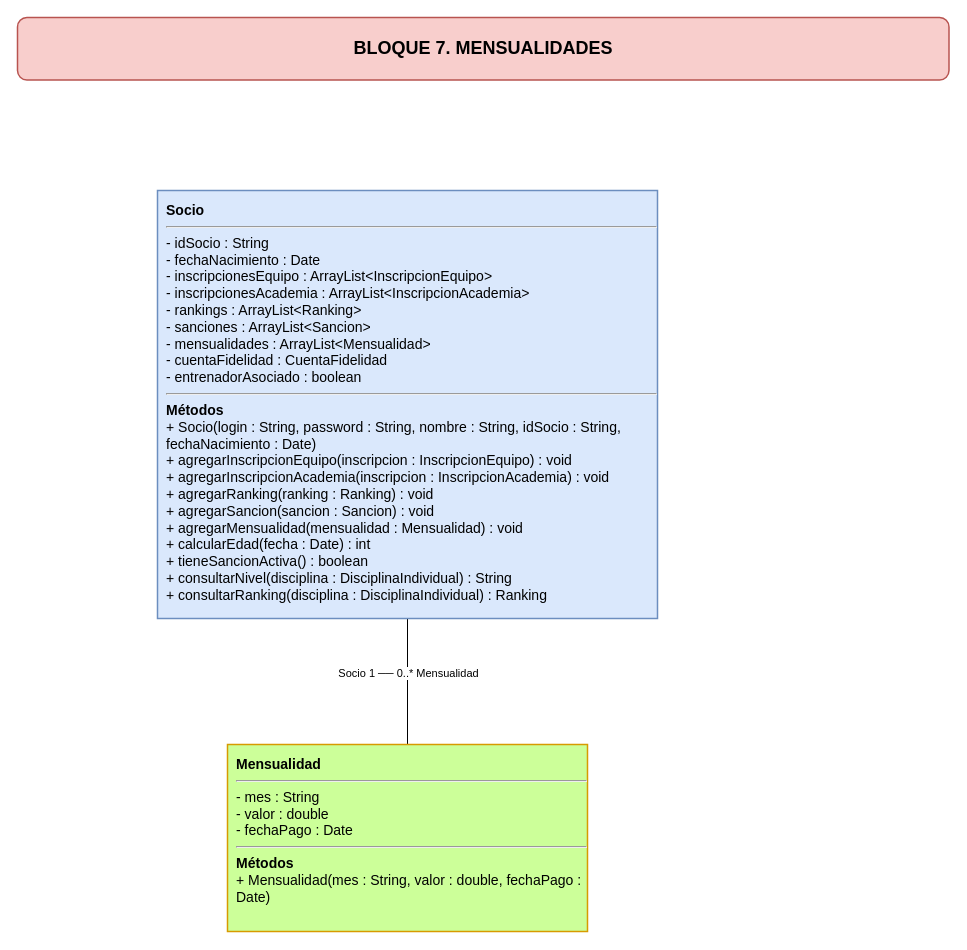
Earlier version of the draw.io diagram page "07 Mensualidades" (8 of 11) of Proyecto 2/ClubDeportivoSeneca/Diagramas y Analisis/Completo/Diagrama_Proyecto2_CORREGIDO.drawio (Estebanhdz67/Proyecto-1). Source tidied: cells renumbered, new cells numbered last; positions are measured from the earlier drawing's top-left corner, leaving out a move shared by most shapes. Both pictures are drawn from the tidied source at 100%, with x=0, y=0 at pixel (17, 17).
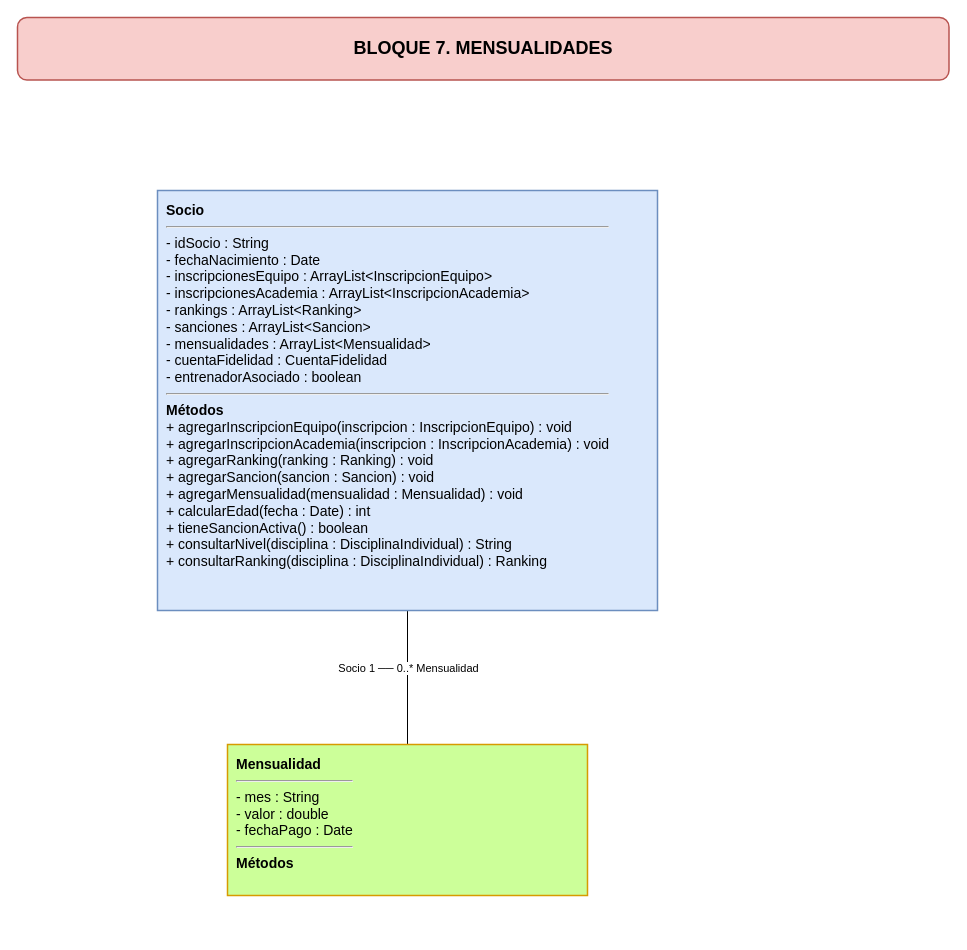
The same page after the edit.

The edit, as a diff of the source:
```diff
@@
 <mxGraphModel>
   <root>
     <mxCell id="0" />
     <mxCell id="1" parent="0" />
     <mxCell id="2" style="edgeStyle=none;rounded=0;jettySize=auto;html=1;exitX=0.5;exitY=1;exitDx=0;exitDy=0;endArrow=none;endFill=0;" parent="1" edge="1" source="4" target="5">
       <mxGeometry relative="1" as="geometry" />
     </mxCell>
     <mxCell id="3" value="Socio 1 ── 0..* Mensualidad" style="edgeLabel;html=1;align=center;verticalAlign=middle;" parent="2" vertex="1">
       <mxGeometry x="-0.15" relative="1" as="geometry" />
     </mxCell>
-    <mxCell id="4" value="&lt;b&gt;Socio&lt;/b&gt;&lt;hr&gt;- idSocio : String&lt;br&gt;- fechaNacimiento : Date&lt;br&gt;- inscripcionesEquipo : ArrayList&amp;lt;InscripcionEquipo&amp;gt;&lt;br&gt;- inscripcionesAcademia : ArrayList&amp;lt;InscripcionAcademia&amp;gt;&lt;br&gt;- rankings : ArrayList&amp;lt;Ranking&amp;gt;&lt;br&gt;- sanciones : ArrayList&amp;lt;Sancion&amp;gt;&lt;br&gt;- mensualidades : ArrayList&amp;lt;Mensualidad&amp;gt;&lt;br&gt;- cuentaFidelidad : CuentaFidelidad&lt;br&gt;- entrenadorAsociado : boolean&lt;hr&gt;&lt;b&gt;Métodos&lt;/b&gt;&lt;br&gt;+ Socio(login : String, password : String, nombre : String, idSocio : String, fechaNacimiento : Date)&lt;br&gt;+ agregarInscripcionEquipo(inscripcion : InscripcionEquipo) : void&lt;br&gt;+ agregarInscripcionAcademia(inscripcion : InscripcionAcademia) : void&lt;br&gt;+ agregarRanking(ranking : Ranking) : void&lt;br&gt;+ agregarSancion(sancion : Sancion) : void&lt;br&gt;+ agregarMensualidad(mensualidad : Mensualidad) : void&lt;br&gt;+ calcularEdad(fecha : Date) : int&lt;br&gt;+ tieneSancionActiva() : boolean&lt;br&gt;+ consultarNivel(disciplina : DisciplinaIndividual) : String&lt;br&gt;+ consultarRanking(disciplina : DisciplinaIndividual) : Ranking" style="rounded=0;whiteSpace=wrap;html=1;align=left;verticalAlign=top;fontSize=14;strokeWidth=1.5;spacingTop=5;spacingLeft=7;fillColor=#dae8fc;strokeColor=#6c8ebf;" parent="1" vertex="1">
-      <mxGeometry x="140" y="173" width="500" height="428" as="geometry" />
+    <mxCell id="4" value="&lt;b&gt;Socio&lt;/b&gt;&lt;hr&gt;- idSocio : String&lt;br&gt;- fechaNacimiento : Date&lt;br&gt;- inscripcionesEquipo : ArrayList&amp;lt;InscripcionEquipo&amp;gt;&lt;br&gt;- inscripcionesAcademia : ArrayList&amp;lt;InscripcionAcademia&amp;gt;&lt;br&gt;- rankings : ArrayList&amp;lt;Ranking&amp;gt;&lt;br&gt;- sanciones : ArrayList&amp;lt;Sancion&amp;gt;&lt;br&gt;- mensualidades : ArrayList&amp;lt;Mensualidad&amp;gt;&lt;br&gt;- cuentaFidelidad : CuentaFidelidad&lt;br&gt;- entrenadorAsociado : boolean&lt;hr&gt;&lt;b&gt;Métodos&lt;/b&gt;&lt;br&gt;+ agregarInscripcionEquipo(inscripcion : InscripcionEquipo) : void&lt;br&gt;+ agregarInscripcionAcademia(inscripcion : InscripcionAcademia) : void&lt;br&gt;+ agregarRanking(ranking : Ranking) : void&lt;br&gt;+ agregarSancion(sancion : Sancion) : void&lt;br&gt;+ agregarMensualidad(mensualidad : Mensualidad) : void&lt;br&gt;+ calcularEdad(fecha : Date) : int&lt;br&gt;+ tieneSancionActiva() : boolean&lt;br&gt;+ consultarNivel(disciplina : DisciplinaIndividual) : String&lt;br&gt;+ consultarRanking(disciplina : DisciplinaIndividual) : Ranking" style="rounded=0;whiteSpace=wrap;html=1;align=left;verticalAlign=top;fontSize=14;strokeWidth=1.5;spacingTop=5;spacingLeft=7;fillColor=#dae8fc;strokeColor=#6c8ebf;" parent="1" vertex="1">
+      <mxGeometry x="140" y="173" width="500" height="420" as="geometry" />
     </mxCell>
-    <mxCell id="5" value="&lt;b&gt;Mensualidad&lt;/b&gt;&lt;hr&gt;- mes : String&lt;br&gt;- valor : double&lt;br&gt;- fechaPago : Date&lt;hr&gt;&lt;b&gt;Métodos&lt;/b&gt;&lt;br&gt;+ Mensualidad(mes : String, valor : double, fechaPago : Date)" style="rounded=0;whiteSpace=wrap;html=1;align=left;verticalAlign=top;fontSize=14;strokeWidth=1.5;spacingTop=5;spacingLeft=7;fillColor=#CCFF99;strokeColor=#d79b00;" parent="1" vertex="1">
-      <mxGeometry x="210" y="727" width="360" height="187" as="geometry" />
+    <mxCell id="5" value="&lt;b&gt;Mensualidad&lt;/b&gt;&lt;hr&gt;- mes : String&lt;br&gt;- valor : double&lt;br&gt;- fechaPago : Date&lt;hr&gt;&lt;b&gt;Métodos&lt;/b&gt;&lt;br&gt;&amp;nbsp;" style="rounded=0;whiteSpace=wrap;html=1;align=left;verticalAlign=top;fontSize=14;strokeWidth=1.5;spacingTop=5;spacingLeft=7;fillColor=#CCFF99;strokeColor=#d79b00;" parent="1" vertex="1">
+      <mxGeometry x="210" y="727" width="360" height="151" as="geometry" />
     </mxCell>
     <mxCell id="6" value="&lt;b&gt;BLOQUE 7. MENSUALIDADES&lt;/b&gt;" style="rounded=1;whiteSpace=wrap;html=1;fontStyle=1;fontSize=18;strokeWidth=1.5;fillColor=#f8cecc;strokeColor=#b85450;align=center;verticalAlign=middle;" parent="1" vertex="1">
       <mxGeometry width="931.5" height="62.5" as="geometry" />
     </mxCell>
   </root>
 </mxGraphModel>
```
